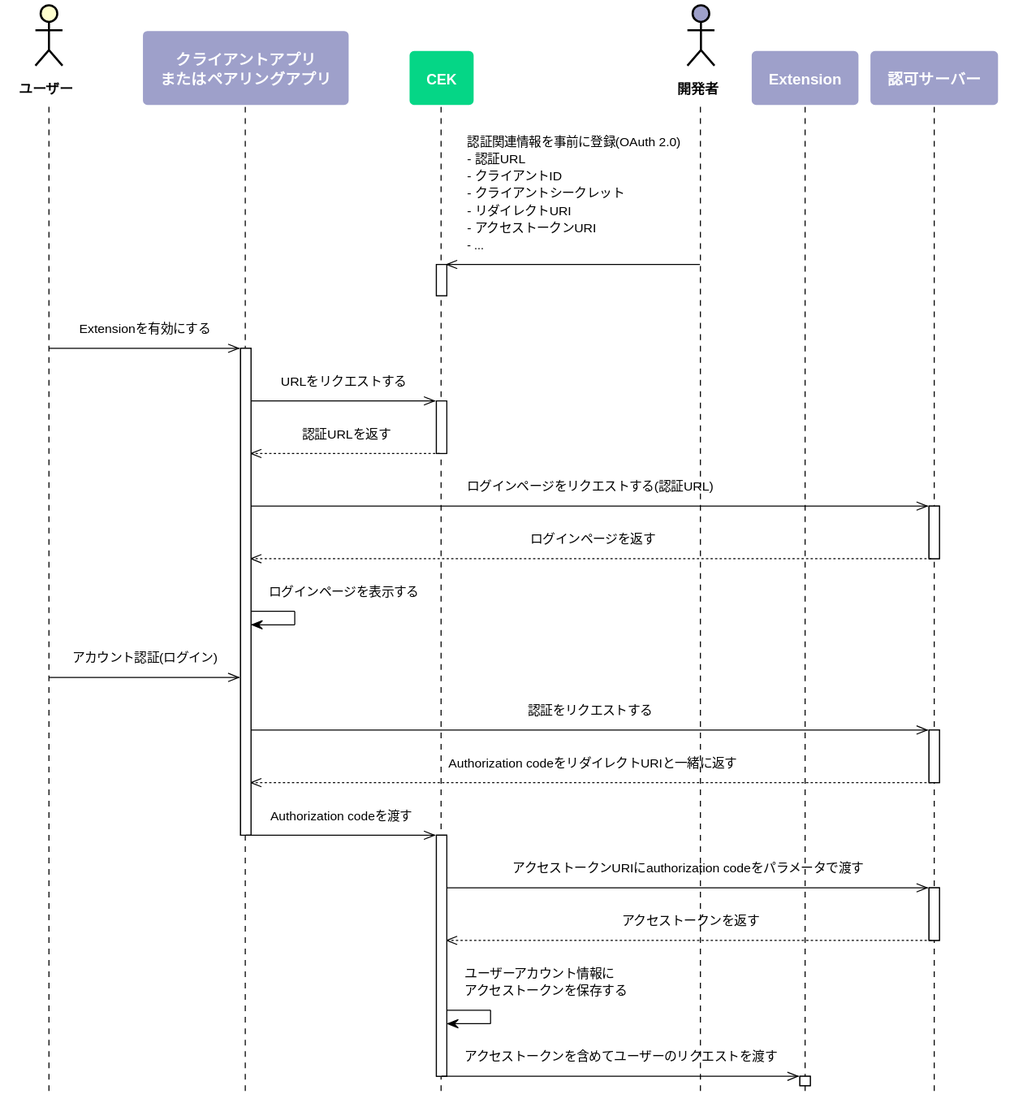
Before: ja-KR/CEK/Resources/Images/CEK_Account_Linking_Setup_Sequence_Diagram.svg, a diagram exported from PlantUML (YBHwang/clova-developer-guide). Its diagram source:
```plantuml
@startuml
scale max 880 width
skinparam sequenceMessageAlign center
skinparam shadowing false
skinparam roundcorner 10
skinparam padding 10
skinparam defaultFontSize 12
skinparam defaultFontName sans-serif
skinparam sequence {
	ArrowColor #000000
	ActorBorderColor #000000
	ActorFontStyle Bolder

	LifeLineBorderColor #000000
	LifeLineBackgroundColor transparent
	ParticipantBorderColor transparent
	ParticipantFontSize 14
	ParticipantFontColor #ffffff
	ParticipantFontStyle bold

	BoxBorderColor #000000
	BoxFontColor #ffffff
    BoxFontSize 14
    BoxFontStyle bold
}
skinparam note {
	BackgroundColor #9EA0CA
	BorderColor #ffffff
	FontColor #ffffff
	FontSize 14
	FontStyle bold
}
hide footbox

actor "ユーザー" as user
participant "クライアントアプリ\nまたはペアリングアプリ" as app #9EA0CA
participant CEK as cek #05D686
actor "開発者" as dev #9EA0CA
participant Extension as ext #9EA0CA
participant "認可サーバー" as auth #9EA0CA

dev ->> cek: 認証関連情報を事前に登録(OAuth 2.0)\l- 認証URL\l- クライアントID\l- クライアントシークレット\l- リダイレクトURI\l- アクセストークンURI\l- ...

activate cek
deactivate cek

user ->> app: Extensionを有効にする

activate app
  app ->> cek: URLをリクエストする

  activate cek
    cek -->> app: 認証URLを返す
  deactivate cek

  app ->> auth: ログインページをリクエストする(認証URL)

  activate auth
    auth -->> app: ログインページを返す
  deactivate auth

  app -> app: ログインページを表示する
  user ->> app: アカウント認証(ログイン)
  app ->> auth: 認証をリクエストする

  activate auth
  auth -->> app: Authorization codeをリダイレクトURIと一緒に返す
  deactivate auth

  app ->> cek: Authorization codeを渡す
deactivate app

  activate cek
      cek ->> auth: アクセストークンURIにauthorization codeをパラメータで渡す
      activate auth
        auth -->> cek: アクセストークンを返す
      deactivate auth

    cek -> cek: ユーザーアカウント情報に\nアクセストークンを保存する
    cek ->> ext: アクセストークンを含めてユーザーのリクエストを渡す
    deactivate cek
    activate ext

@enduml
```
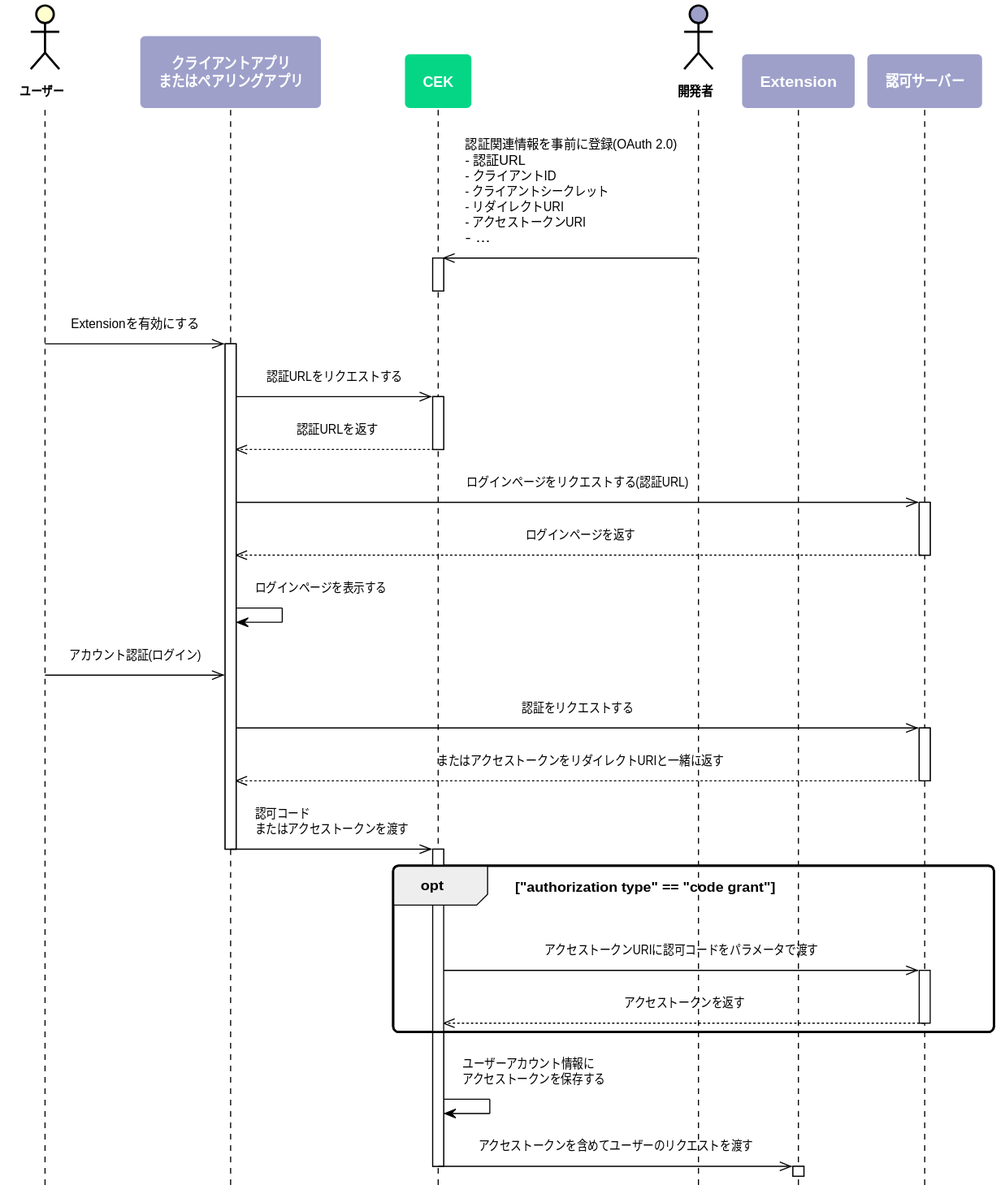
The same diagram one commit later.

Diff of the diagram source:
```diff
@@ -5,32 +5,49 @@
 skinparam roundcorner 10
 skinparam padding 10
 skinparam defaultFontSize 12
-skinparam defaultFontName sans-serif
+skinparam defaultFontName "Malgun Gothic", sans-serif
+
+skinparam note {
+  BackgroundColor #9EA0CA
+  BorderColor #ffffff
+  FontColor #ffffff
+  FontSize 14
+  FontStyle bold
+}
+
 skinparam sequence {
-	ArrowColor #000000
-	ActorBorderColor #000000
-	ActorFontStyle Bolder
+  ArrowColor #000000
+  ActorBorderColor #000000
+  ActorFontStyle Bolder
 
-	LifeLineBorderColor #000000
-	LifeLineBackgroundColor transparent
-	ParticipantBorderColor transparent
-	ParticipantFontSize 14
-	ParticipantFontColor #ffffff
-	ParticipantFontStyle bold
 
-	BoxBorderColor #000000
-	BoxFontColor #ffffff
+  LifeLineBorderColor #000000
+  LifeLineBackgroundColor transparent
+  ParticipantBorderColor transparent
+  ParticipantFontSize 14
+  ParticipantFontColor #ffffff
+  ParticipantFontStyle bold
+
+  BoxBorderColor #000000
+  BoxFontColor #ffffff
     BoxFontSize 14
     BoxFontStyle bold
 }
-skinparam note {
-	BackgroundColor #9EA0CA
-	BorderColor #ffffff
-	FontColor #ffffff
-	FontSize 14
-	FontStyle bold
+hide footbox
+
+skinparam activity {
+  BackgroundColor #9EA0CA
+  BarColor #ffffff
+  BorderColor #ffffff
+  DiamondBackgroundColor #05D686
+  DiamondBorderColor #ffffff
+  DiamondFontColor #ffffff
+  DiamondFontSize 14
+  DiamondFontStyle bold
+  FontColor #ffffff
+  FontSize 14
+  FontStyle bold
 }
-hide footbox
 
 actor "ユーザー" as user
 participant "クライアントアプリ\nまたはペアリングアプリ" as app #9EA0CA
@@ -47,7 +64,7 @@
 user ->> app: Extensionを有効にする
 
 activate app
-  app ->> cek: URLをリクエストする
+  app ->> cek: 認証URLをリクエストする
 
   activate cek
     cek -->> app: 認証URLを返す
@@ -64,17 +81,19 @@
   app ->> auth: 認証をリクエストする
 
   activate auth
-  auth -->> app: Authorization codeをリダイレクトURIと一緒に返す
+  auth -->> app: またはアクセストークンをリダイレクトURIと一緒に返す
   deactivate auth
 
-  app ->> cek: Authorization codeを渡す
+  app ->> cek: 認可コード\lまたはアクセストークンを渡す
 deactivate app
 
   activate cek
-      cek ->> auth: アクセストークンURIにauthorization codeをパラメータで渡す
+    opt "authorization type" == "code grant"
+      cek ->> auth: アクセストークンURIに認可コードをパラメータで渡す
       activate auth
         auth -->> cek: アクセストークンを返す
       deactivate auth
+    end
 
     cek -> cek: ユーザーアカウント情報に\nアクセストークンを保存する
     cek ->> ext: アクセストークンを含めてユーザーのリクエストを渡す
```
